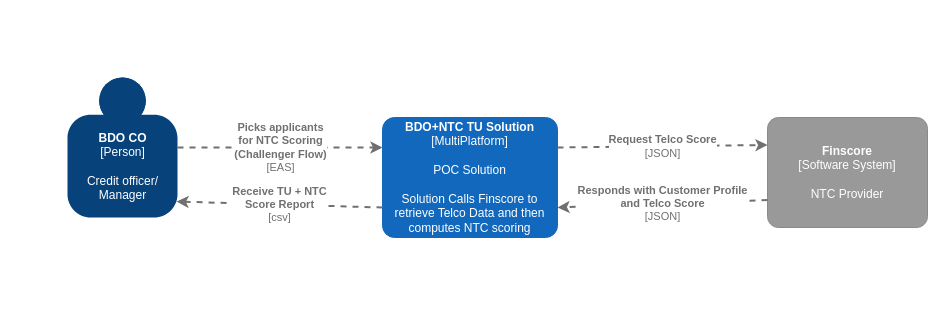
howardleev/c4-draw.io keeps this draw.io diagram as page "Context Diagram" (1 of 4) of BDO-NTC-EAS.drawio. Above is the earlier version. Source tidied: cells renumbered, new cells numbered last; positions are measured from the earlier drawing's top-left corner, leaving out a move shared by most shapes. Both pictures are drawn from the tidied source at 100%, with x=0, y=0 at pixel (67, 77).
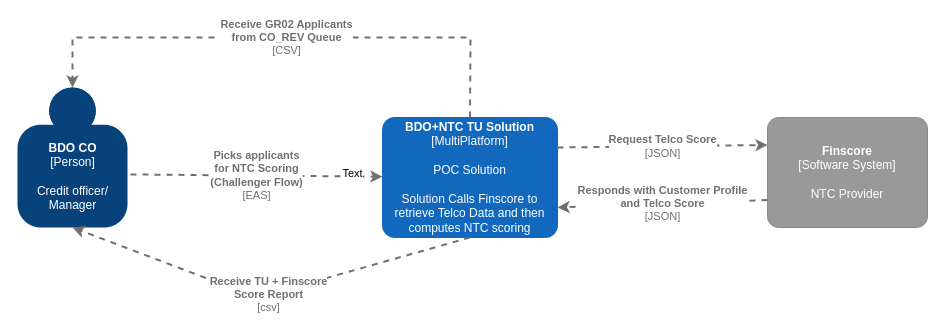
After the change.

Change to the diagram source:
```diff
@@
 <mxGraphModel>
   <root>
     <mxCell id="0" />
     <mxCell id="1" parent="0" />
     <object id="2" label="&lt;b&gt;%c4Name%&lt;/b&gt;&lt;div&gt;[%c4Type%]&lt;/div&gt;&lt;br&gt;&lt;div&gt;%c4Description%&lt;/div&gt;" c4Description="Credit officer/&#10;Manager" c4Name="BDO CO" c4Type="Person" placeholders="1">
       <mxCell style="html=1;dashed=0;whitespace=wrap;fillColor=#08427b;strokeColor=none;fontColor=#ffffff;shape=mxgraph.c4.person;align=center;points=[[0.5,0,0],[1,0.5,0],[1,0.75,0],[0.75,1,0],[0.5,1,0],[0.25,1,0],[0,0.75,0],[0,0.5,0]];metaData={&quot;c4Type&quot;:{&quot;editable&quot;:false}};direction=east;" parent="1" vertex="1">
-        <mxGeometry width="110" height="140" as="geometry" />
+        <mxGeometry x="-50" y="10" width="110" height="140" as="geometry" />
       </mxCell>
     </object>
     <object id="3" label="&lt;b&gt;%c4Name%&lt;/b&gt;&lt;div&gt;[%c4Type%]&lt;/div&gt;&lt;br&gt;&lt;div&gt;%c4Description%&lt;/div&gt;" c4Description="POC Solution &#10;&#10;Solution Calls Finscore to retrieve Telco Data and then computes NTC scoring" c4Name="BDO+NTC TU Solution" c4Type="MultiPlatform" placeholders="1">
       <mxCell style="rounded=1;whiteSpace=wrap;html=1;labelBackgroundColor=none;fillColor=#1168BD;fontColor=#ffffff;align=center;arcSize=10;strokeColor=#1168BD;metaData={&quot;c4Type&quot;:{&quot;editable&quot;:false}};points=[[0.25,0,0],[0.5,0,0],[0.75,0,0],[1,0.25,0],[1,0.5,0],[1,0.75,0],[0.75,1,0],[0.5,1,0],[0.25,1,0],[0,0.75,0],[0,0.5,0],[0,0.25,0]];" parent="1" vertex="1">
         <mxGeometry x="315" y="40" width="175" height="120" as="geometry" />
       </mxCell>
     </object>
     <object id="4" label="&lt;div style=&quot;text-align: left&quot;&gt;&lt;div style=&quot;text-align: center&quot;&gt;&lt;b&gt;%c4Description%&lt;/b&gt;&lt;/div&gt;&lt;div style=&quot;text-align: center&quot;&gt;[%c4Technology%]&lt;/div&gt;&lt;/div&gt;" c4Description="Picks applicants&#10;for NTC Scoring&#10;(Challenger Flow)" c4Technology="EAS" placeholders="1">
-      <mxCell style="edgeStyle=none;rounded=0;html=1;jettySize=auto;strokeColor=#707070;strokeWidth=2;fontColor=#707070;jumpStyle=none;dashed=1;metaData={&quot;c4Type&quot;:{&quot;editable&quot;:false}};entryX=0;entryY=0.25;entryDx=0;entryDy=0;entryPerimeter=0;exitX=1;exitY=0.5;exitDx=0;exitDy=0;exitPerimeter=0;" parent="1" edge="1" source="2" target="3">
+      <mxCell style="edgeStyle=none;rounded=0;html=1;jettySize=auto;strokeColor=#707070;strokeWidth=2;fontColor=#707070;jumpStyle=none;dashed=1;metaData={&quot;c4Type&quot;:{&quot;editable&quot;:false}};exitX=1.027;exitY=0.621;exitDx=0;exitDy=0;exitPerimeter=0;" parent="1" edge="1" source="2" target="3">
         <mxGeometry relative="1" as="geometry" />
       </mxCell>
     </object>
+    <mxCell id="9" value="Text" style="edgeLabel;html=1;align=center;verticalAlign=middle;" parent="4" vertex="1">
+      <mxGeometry x="0.76" y="3" relative="1" as="geometry" />
+    </mxCell>
     <object id="5" label="&lt;b&gt;%c4Name%&lt;/b&gt;&lt;div&gt;[%c4Type%]&lt;/div&gt;&lt;br&gt;&lt;div&gt;%c4Description%&lt;/div&gt;" c4Description="NTC Provider" c4Name="Finscore" c4Type="Software System" placeholders="1">
       <mxCell style="rounded=1;whiteSpace=wrap;html=1;labelBackgroundColor=none;fillColor=#999999;fontColor=#ffffff;align=center;arcSize=10;strokeColor=#8A8A8A;metaData={&quot;c4Type&quot;:{&quot;editable&quot;:false}};points=[[0.25,0,0],[0.5,0,0],[0.75,0,0],[1,0.25,0],[1,0.5,0],[1,0.75,0],[0.75,1,0],[0.5,1,0],[0.25,1,0],[0,0.75,0],[0,0.5,0],[0,0.25,0]];" parent="1" vertex="1">
         <mxGeometry x="700" y="40" width="160" height="110" as="geometry" />
       </mxCell>
     </object>
     <object id="6" label="&lt;div style=&quot;text-align: left&quot;&gt;&lt;div style=&quot;text-align: center&quot;&gt;&lt;b&gt;%c4Description%&lt;/b&gt;&lt;/div&gt;&lt;div style=&quot;text-align: center&quot;&gt;[%c4Technology%]&lt;/div&gt;&lt;/div&gt;" c4Description="Request Telco Score" c4Technology="JSON" placeholders="1">
       <mxCell style="edgeStyle=none;rounded=0;html=1;entryX=0;entryY=0.25;jettySize=auto;strokeColor=#707070;strokeWidth=2;fontColor=#707070;jumpStyle=none;dashed=1;metaData={&quot;c4Type&quot;:{&quot;editable&quot;:false}};exitX=1;exitY=0.25;exitDx=0;exitDy=0;exitPerimeter=0;entryDx=0;entryDy=0;entryPerimeter=0;" parent="1" edge="1" source="3" target="5">
         <mxGeometry relative="1" as="geometry" />
       </mxCell>
     </object>
     <object id="7" label="&lt;div style=&quot;text-align: left&quot;&gt;&lt;div style=&quot;text-align: center&quot;&gt;&lt;b&gt;%c4Description%&lt;/b&gt;&lt;/div&gt;&lt;div style=&quot;text-align: center&quot;&gt;[%c4Technology%]&lt;/div&gt;&lt;/div&gt;" c4Description="Responds with Customer Profile&#10;and Telco Score" c4Technology="JSON" placeholders="1">
       <mxCell style="edgeStyle=none;rounded=0;html=1;entryX=1;entryY=0.75;jettySize=auto;strokeColor=#707070;strokeWidth=2;fontColor=#707070;jumpStyle=none;dashed=1;metaData={&quot;c4Type&quot;:{&quot;editable&quot;:false}};entryDx=0;entryDy=0;entryPerimeter=0;exitX=0;exitY=0.75;exitDx=0;exitDy=0;exitPerimeter=0;" parent="1" edge="1" source="5" target="3">
         <mxGeometry relative="1" as="geometry" />
       </mxCell>
     </object>
-    <object id="8" label="&lt;div style=&quot;text-align: left&quot;&gt;&lt;div style=&quot;text-align: center&quot;&gt;&lt;b&gt;%c4Description%&lt;/b&gt;&lt;/div&gt;&lt;div style=&quot;text-align: center&quot;&gt;[%c4Technology%]&lt;/div&gt;&lt;/div&gt;" c4Description="Receive TU + NTC &#10;Score Report" c4Technology="csv" placeholders="1">
-      <mxCell style="edgeStyle=none;rounded=0;html=1;jettySize=auto;strokeColor=#707070;strokeWidth=2;fontColor=#707070;jumpStyle=none;dashed=1;metaData={&quot;c4Type&quot;:{&quot;editable&quot;:false}};exitX=0;exitY=0.75;exitDx=0;exitDy=0;exitPerimeter=0;entryX=0.991;entryY=0.886;entryDx=0;entryDy=0;entryPerimeter=0;" parent="1" edge="1" source="3" target="2">
-        <mxGeometry relative="1" as="geometry" />
+    <object id="8" label="&lt;div style=&quot;text-align: left&quot;&gt;&lt;div style=&quot;text-align: center&quot;&gt;&lt;b&gt;%c4Description%&lt;/b&gt;&lt;/div&gt;&lt;div style=&quot;text-align: center&quot;&gt;[%c4Technology%]&lt;/div&gt;&lt;/div&gt;" c4Description="Receive TU + Finscore&#10;Score Report" c4Technology="csv" placeholders="1">
+      <mxCell style="edgeStyle=none;rounded=0;html=1;jettySize=auto;strokeColor=#707070;strokeWidth=2;fontColor=#707070;jumpStyle=none;dashed=1;metaData={&quot;c4Type&quot;:{&quot;editable&quot;:false}};entryX=0.5;entryY=1;entryDx=0;entryDy=0;entryPerimeter=0;exitX=0.5;exitY=1;exitDx=0;exitDy=0;exitPerimeter=0;" parent="1" edge="1" source="3" target="2">
+        <mxGeometry relative="1" as="geometry">
+          <Array as="points">
+            <mxPoint x="190" y="220" />
+          </Array>
+        </mxGeometry>
       </mxCell>
     </object>
+    <object id="10" label="&lt;div style=&quot;text-align: left&quot;&gt;&lt;div style=&quot;text-align: center&quot;&gt;&lt;b&gt;%c4Description%&lt;/b&gt;&lt;/div&gt;&lt;div style=&quot;text-align: center&quot;&gt;[%c4Technology%]&lt;/div&gt;&lt;/div&gt;" c4Description="Receive GR02 Applicants&#10;from CO_REV Queue " c4Technology="CSV" placeholders="1">
+      <mxCell style="edgeStyle=none;rounded=0;html=1;jettySize=auto;strokeColor=#707070;strokeWidth=2;fontColor=#707070;jumpStyle=none;dashed=1;metaData={&quot;c4Type&quot;:{&quot;editable&quot;:false}};exitX=0.5;exitY=0;exitDx=0;exitDy=0;exitPerimeter=0;entryX=0.5;entryY=0;entryDx=0;entryDy=0;entryPerimeter=0;" parent="1" edge="1" source="3" target="2">
+        <mxGeometry relative="1" as="geometry">
+          <Array as="points">
+            <mxPoint x="403" y="-40" />
+            <mxPoint x="5" y="-40" />
+          </Array>
+        </mxGeometry>
+      </mxCell>
+    </object>
   </root>
 </mxGraphModel>
```
